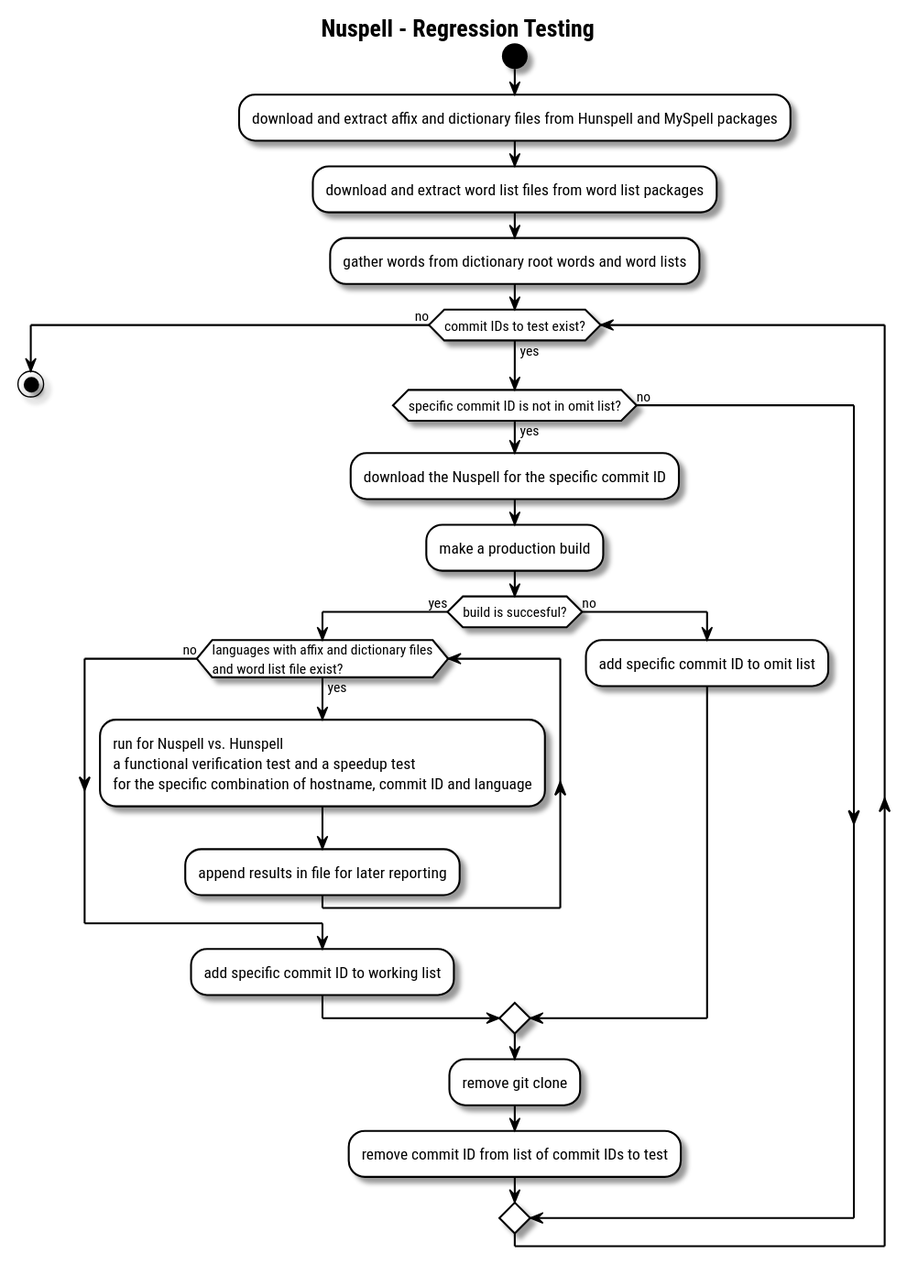
Earlier version of the PlantUML export uml/activity-diagrams/90-regression-testing-activity-diagram.svg (nuspell/misc-nuspell).
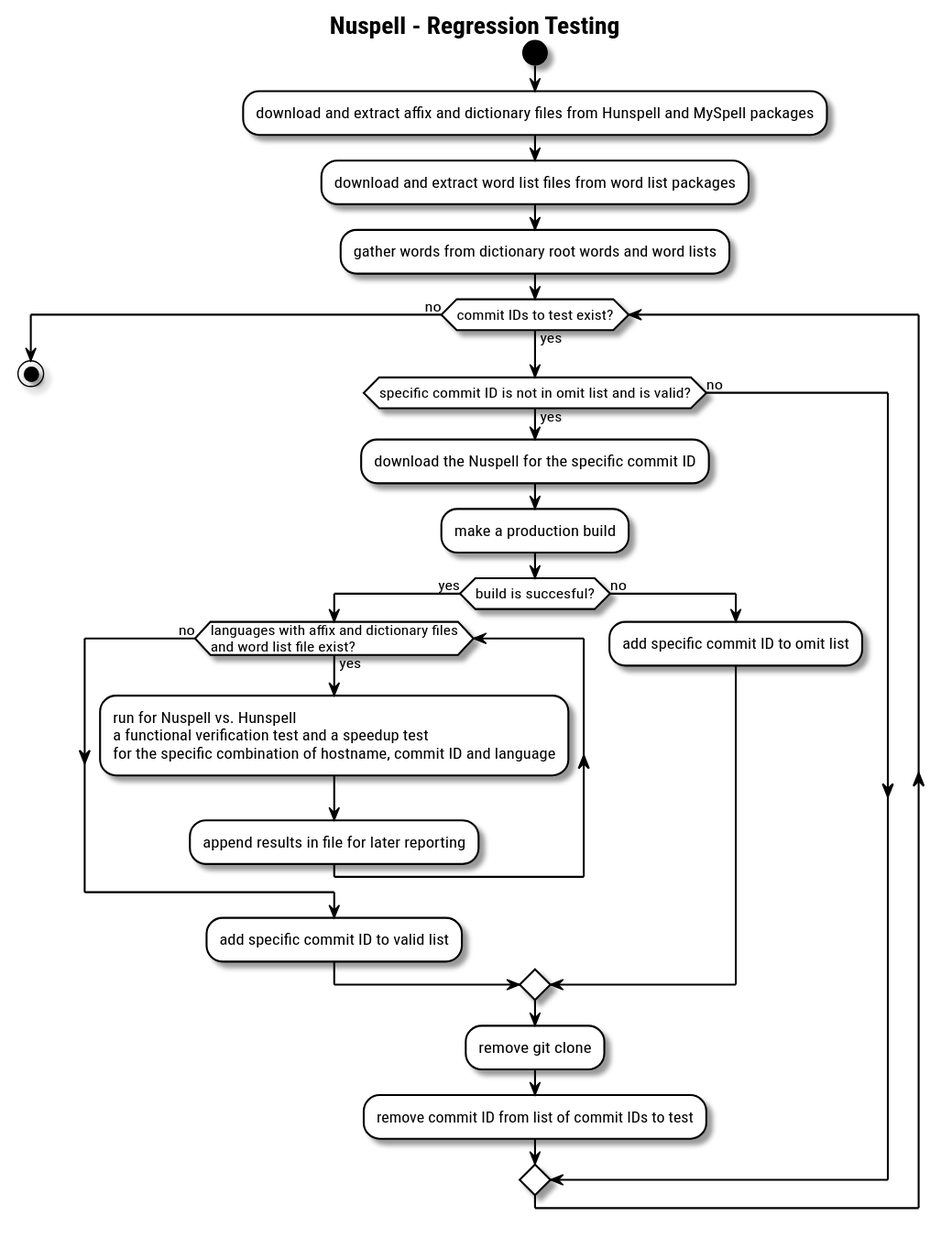
The same diagram one commit later.

What changed in the source:
```diff
@@ -36,7 +36,7 @@
 :gather words from dictionary root words and word lists;
 
 while (commit IDs to test exist?) is (yes)
-	if (specific commit ID is not in omit list?) then (yes)
+	if (specific commit ID is not in omit list and is valid?) then (yes)
 
 		:download the Nuspell for the specific commit ID;
 		:make a production build;
@@ -47,7 +47,7 @@
 for the specific combination of hostname, commit ID and language;
 				:append results in file for later reporting;
 			endwhile (no)
-			:add specific commit ID to working list;
+			:add specific commit ID to valid list;
 		else (no)
 			:add specific commit ID to omit list;
 		endif
```
